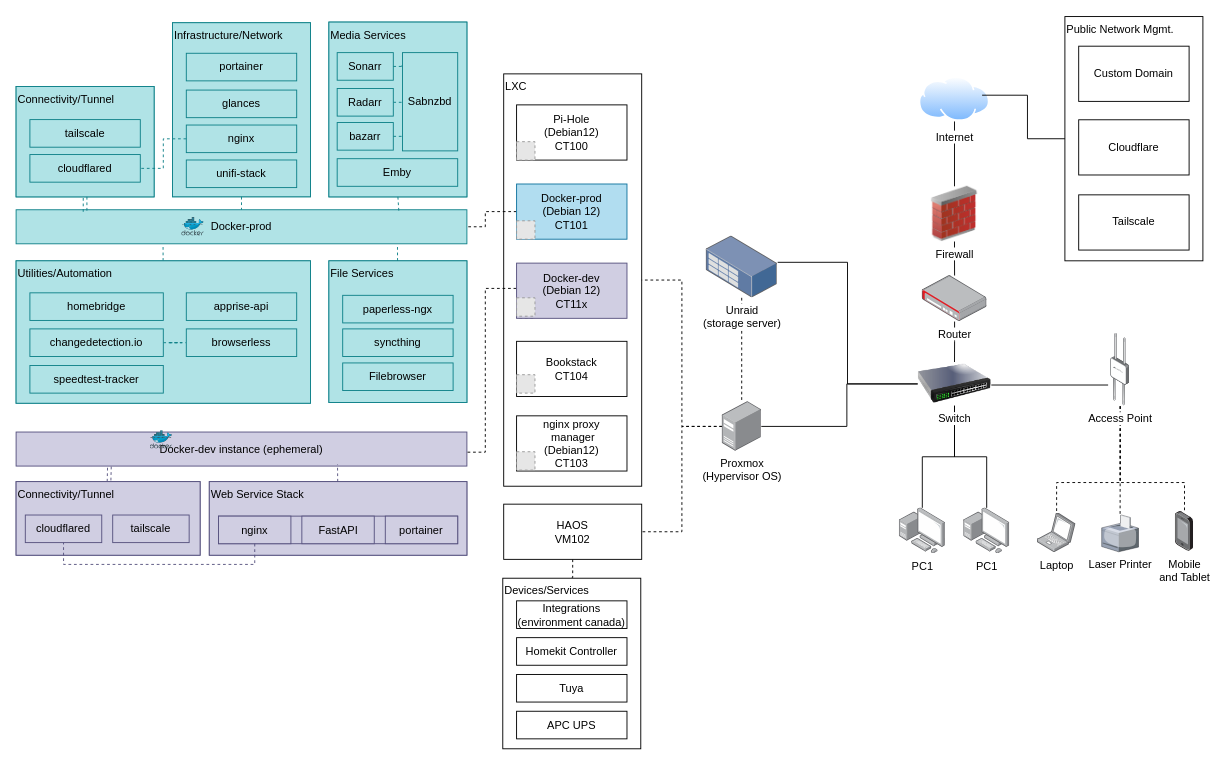
Earlier version of the draw.io diagram 92king_homelab.drawio (danieljai/homelab). Source tidied: cells renumbered, new cells numbered last; positions are measured from the earlier drawing's top-left corner, leaving out a move shared by most shapes. Both pictures are drawn from the tidied source at 92%, with x=0, y=0 at pixel (16, 16). Pictures stored in the file or linked from it are replaced by grey dashed boxes.
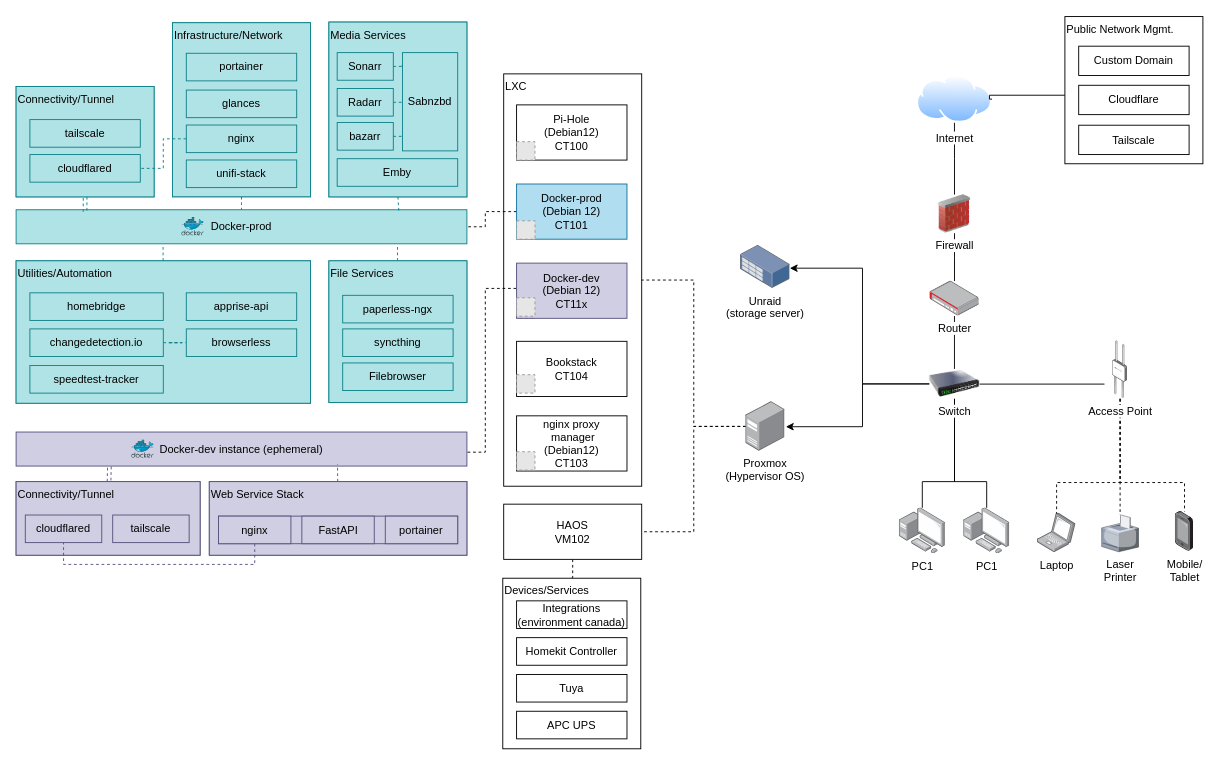
The same diagram, later.

Commit message:
fixed line connections

The change refers to these unchanged cells:
```xml
<mxCell id="20" value="PC1" style="image;points=[];html=1;align=center;shadow=0;dashed=0;image=img/lib/allied_telesis/computer_and_terminals/Personal_Computer_with_Server.svg;" parent="1" vertex="1">
  <mxGeometry x="960" y="534.5" width="50" height="50" as="geometry" />
</mxCell>
<mxCell id="21" value="PC1" style="image;points=[];html=1;align=center;shadow=0;dashed=0;image=img/lib/allied_telesis/computer_and_terminals/Personal_Computer_with_Server.svg;" parent="1" vertex="1">
  <mxGeometry x="1030" y="534.5" width="50" height="50" as="geometry" />
</mxCell>
```

What changed in the source:
```diff
@@
     <mxCell id="11" value="Internet" style="image;perimeter=ellipsePerimeter;html=1;align=center;shadow=0;dashed=0;spacingTop=3;image=img/lib/active_directory/internet_cloud.svg;" parent="1" vertex="1">
-      <mxGeometry x="981.5" y="66" width="77" height="48.5" as="geometry" />
+      <mxGeometry x="979.1" y="64.5" width="81.7" height="51.5" as="geometry" />
     </mxCell>
@@
     <mxCell id="13" value="Firewall" style="image;html=1;image=img/lib/clip_art/networking/Firewall_02_128x128.png;" parent="1" vertex="1">
-      <mxGeometry x="990" y="185" width="60" height="60" as="geometry" />
+      <mxGeometry x="999" y="194" width="42" height="42" as="geometry" />
     </mxCell>
@@
     <mxCell id="15" value="Router" style="image;points=[];html=1;align=center;shadow=0;dashed=0;image=img/lib/allied_telesis/security/Router_VPN.svg;" parent="1" vertex="1">
-      <mxGeometry x="984.8" y="282" width="70.5" height="50" as="geometry" />
+      <mxGeometry x="993.2" y="288" width="53.5" height="38" as="geometry" />
     </mxCell>
     <mxCell id="16" style="edgeStyle=orthogonalEdgeStyle;rounded=0;jettySize=auto;html=1;endArrow=none;startFill=0;" parent="1" edge="1" source="19" target="20">
-      <mxGeometry relative="1" as="geometry" />
+      <mxGeometry relative="1" as="geometry">
+        <Array as="points">
+          <mxPoint x="1020" y="506" />
+          <mxPoint x="985" y="506" />
+        </Array>
+      </mxGeometry>
     </mxCell>
     <mxCell id="17" style="edgeStyle=orthogonalEdgeStyle;rounded=0;jettySize=auto;html=1;endArrow=none;startFill=0;" parent="1" edge="1" source="19" target="21">
-      <mxGeometry relative="1" as="geometry" />
+      <mxGeometry relative="1" as="geometry">
+        <Array as="points">
+          <mxPoint x="1020" y="506" />
+          <mxPoint x="1055" y="506" />
+        </Array>
+      </mxGeometry>
     </mxCell>
-    <mxCell id="18" style="edgeStyle=orthogonalEdgeStyle;rounded=0;jettySize=auto;html=1;endArrow=none;startFill=0;" parent="1" edge="1" source="19" target="41">
-      <mxGeometry relative="1" as="geometry">
-        <Array as="points">
-          <mxPoint x="903" y="400" />
-          <mxPoint x="903" y="446" />
-        </Array>
-      </mxGeometry>
-    </mxCell>
     <mxCell id="19" value="Switch" style="image;html=1;image=img/lib/clip_art/networking/Switch_128x128.png;" parent="1" vertex="1">
-      <mxGeometry x="980" y="376" width="80" height="47.5" as="geometry" />
+      <mxGeometry x="992.6" y="383.5" width="54.7" height="32.5" as="geometry" />
     </mxCell>
@@
-    <mxCell id="38" value="Mobile&lt;div&gt;and Tablet&lt;/div&gt;" style="image;points=[];html=1;align=center;shadow=0;dashed=0;image=img/lib/allied_telesis/computer_and_terminals/Smartphone.svg;" parent="1" vertex="1">
+    <mxCell id="38" value="Mobile/&lt;div&gt;&lt;span style=&quot;background-color: light-dark(#ffffff, var(--ge-dark-color, #121212)); color: light-dark(rgb(0, 0, 0), rgb(255, 255, 255));&quot;&gt;Tablet&lt;/span&gt;&lt;/div&gt;" style="image;points=[];html=1;align=center;shadow=0;dashed=0;image=img/lib/allied_telesis/computer_and_terminals/Smartphone.svg;" parent="1" vertex="1">
       <mxGeometry x="1260" y="538.5" width="19.8" height="43.2" as="geometry" />
     </mxCell>
@@
     <mxCell id="41" value="Proxmox&lt;div&gt;(Hypervisor OS)&lt;/div&gt;" style="image;points=[];html=1;align=center;shadow=0;dashed=0;image=img/lib/allied_telesis/computer_and_terminals/Server_Desktop.svg;" parent="1" vertex="1">
-      <mxGeometry x="767.4" y="419" width="42.6" height="54" as="geometry" />
+      <mxGeometry x="793.1" y="419" width="42.6" height="54" as="geometry" />
     </mxCell>
-    <mxCell id="42" style="edgeStyle=orthogonalEdgeStyle;rounded=0;jettySize=auto;html=1;entryX=1.005;entryY=0.426;entryDx=0;entryDy=0;entryPerimeter=0;endArrow=none;startFill=0;" parent="1" edge="1" source="19" target="44">
-      <mxGeometry relative="1" as="geometry" />
-    </mxCell>
-    <mxCell id="43" style="edgeStyle=orthogonalEdgeStyle;rounded=0;jettySize=auto;html=1;endArrow=none;startFill=0;dashed=1;" parent="1" edge="1" source="44" target="41">
-      <mxGeometry relative="1" as="geometry" />
-    </mxCell>
     <mxCell id="44" value="Unraid&lt;div&gt;(storage server)&lt;/div&gt;" style="image;points=[];html=1;align=center;shadow=0;dashed=0;image=img/lib/allied_telesis/storage/Datacenter_Server_Rack_Storage_Unit_Small.svg;" parent="1" vertex="1">
-      <mxGeometry x="750" y="239" width="77.4" height="67.2" as="geometry" />
+      <mxGeometry x="787.4" y="249.2" width="53.9" height="46.8" as="geometry" />
     </mxCell>
@@
-    <mxCell id="51" value="Laser Printer" style="verticalLabelPosition=bottom;sketch=0;html=1;verticalAlign=top;strokeColor=none;align=center;outlineConnect=0;shape=mxgraph.citrix.printer;" parent="1" vertex="1">
+    <mxCell id="51" value="Laser&lt;div&gt;Printer&lt;/div&gt;" style="verticalLabelPosition=bottom;sketch=0;html=1;verticalAlign=top;strokeColor=none;align=center;outlineConnect=0;shape=mxgraph.citrix.printer;" parent="1" vertex="1">
       <mxGeometry x="1180" y="542.3" width="40" height="40" as="geometry" />
     </mxCell>
@@
     <mxCell id="55" value="Access Point" style="image;points=[];html=1;align=center;shadow=0;dashed=0;image=img/lib/allied_telesis/wireless/Access_Point_Outdoor.svg;" parent="1" vertex="1">
-      <mxGeometry x="1189.8" y="345" width="20.5" height="79" as="geometry" />
+      <mxGeometry x="1191.8" y="353" width="16.3" height="63" as="geometry" />
     </mxCell>
-    <mxCell id="56" style="edgeStyle=elbowEdgeStyle;rounded=0;jettySize=auto;elbow=vertical;html=1;entryX=-0.138;entryY=0.706;entryDx=0;entryDy=0;entryPerimeter=0;endArrow=none;startFill=0;" parent="1" edge="1" source="19" target="55">
-      <mxGeometry relative="1" as="geometry" />
+    <mxCell id="56" style="edgeStyle=elbowEdgeStyle;rounded=0;jettySize=auto;elbow=vertical;html=1;entryX=-0.138;entryY=0.706;entryDx=0;entryDy=0;entryPerimeter=0;endArrow=none;startFill=0;" parent="1" edge="1" source="19">
+      <mxGeometry relative="1" as="geometry">
+        <mxPoint x="1183" y="399.6" as="targetPoint" />
+      </mxGeometry>
     </mxCell>
@@
     <mxCell id="88" style="image;sketch=0;html=1;align=center;fontSize=12;image=img/lib/mscae/Docker.svg;fillColor=#d0cee2;strokeColor=#56517e;" parent="1" vertex="1">
-      <mxGeometry x="145.6" y="450.6" width="24.4" height="20" as="geometry" />
+      <mxGeometry x="125.6" y="460.6" width="24.4" height="20" as="geometry" />
     </mxCell>
@@
-    <mxCell id="99" style="group;" parent="1" vertex="1">
-      <mxGeometry x="1140" y="0.5" width="150" height="265.5" as="geometry" />
-    </mxCell>
-    <mxCell id="100" value="Public Network Mgmt." style="rounded=0;whiteSpace=wrap;html=1;align=left;verticalAlign=top;" parent="99" vertex="1">
-      <mxGeometry width="150" height="265.5" as="geometry" />
-    </mxCell>
-    <mxCell id="101" value="Cloudflare" style="rounded=0;whiteSpace=wrap;html=1;" parent="99" vertex="1">
-      <mxGeometry x="15" y="112.2" width="120" height="60" as="geometry" />
-    </mxCell>
-    <mxCell id="102" value="Tailscale" style="rounded=0;whiteSpace=wrap;html=1;" parent="99" vertex="1">
-      <mxGeometry x="15" y="193.8" width="120" height="60" as="geometry" />
-    </mxCell>
-    <mxCell id="103" value="Custom Domain" style="rounded=0;whiteSpace=wrap;html=1;" parent="99" vertex="1">
-      <mxGeometry x="15" y="32.2" width="120" height="60" as="geometry" />
-    </mxCell>
@@
-    <mxCell id="111" style="edgeStyle=orthogonalEdgeStyle;rounded=0;jettySize=auto;html=1;entryX=0.89;entryY=0.412;entryDx=0;entryDy=0;entryPerimeter=0;endArrow=none;startFill=0;" parent="1" edge="1" source="100" target="11">
-      <mxGeometry relative="1" as="geometry" />
+    <mxCell id="111" style="edgeStyle=orthogonalEdgeStyle;rounded=0;jettySize=auto;html=1;endArrow=none;startFill=0;entryX=1;entryY=0.5;entryDx=0;entryDy=0;" parent="1" edge="1" source="100" target="11">
+      <mxGeometry relative="1" as="geometry">
+        <Array as="points">
+          <mxPoint x="1058" y="86" />
+        </Array>
+      </mxGeometry>
     </mxCell>
+    <mxCell id="112" style="group;" parent="1" vertex="1">
+      <mxGeometry x="1140" y="0.5" width="150" height="160" as="geometry" />
+    </mxCell>
+    <mxCell id="100" value="Public Network Mgmt." style="rounded=0;whiteSpace=wrap;html=1;align=left;verticalAlign=top;" parent="112" vertex="1">
+      <mxGeometry width="150" height="160" as="geometry" />
+    </mxCell>
+    <mxCell id="113" style="group;" parent="112" vertex="1">
+      <mxGeometry x="15" y="32.2" width="120" height="117.8" as="geometry" />
+    </mxCell>
+    <mxCell id="101" value="Cloudflare" style="rounded=0;whiteSpace=wrap;html=1;" parent="113" vertex="1">
+      <mxGeometry y="42.5" width="120" height="31.9" as="geometry" />
+    </mxCell>
+    <mxCell id="102" value="Tailscale" style="rounded=0;whiteSpace=wrap;html=1;" parent="113" vertex="1">
+      <mxGeometry y="85.9" width="120" height="31.9" as="geometry" />
+    </mxCell>
+    <mxCell id="103" value="Custom Domain" style="rounded=0;whiteSpace=wrap;html=1;" parent="113" vertex="1">
+      <mxGeometry width="120" height="31.9" as="geometry" />
+    </mxCell>
+    <mxCell id="42" style="edgeStyle=orthogonalEdgeStyle;rounded=0;jettySize=auto;html=1;entryX=0.994;entryY=0.53;entryDx=0;entryDy=0;entryPerimeter=0;" parent="1" edge="1" source="19" target="44">
+      <mxGeometry relative="1" as="geometry">
+        <Array as="points">
+          <mxPoint x="920" y="400" />
+          <mxPoint x="920" y="274" />
+        </Array>
+      </mxGeometry>
+    </mxCell>
+    <mxCell id="18" style="edgeStyle=orthogonalEdgeStyle;rounded=0;jettySize=auto;html=1;entryX=1.023;entryY=0.506;entryDx=0;entryDy=0;entryPerimeter=0;" parent="1" edge="1" source="19" target="41">
+      <mxGeometry relative="1" as="geometry">
+        <Array as="points">
+          <mxPoint x="920" y="400" />
+          <mxPoint x="920" y="446" />
+        </Array>
+      </mxGeometry>
+    </mxCell>
```
